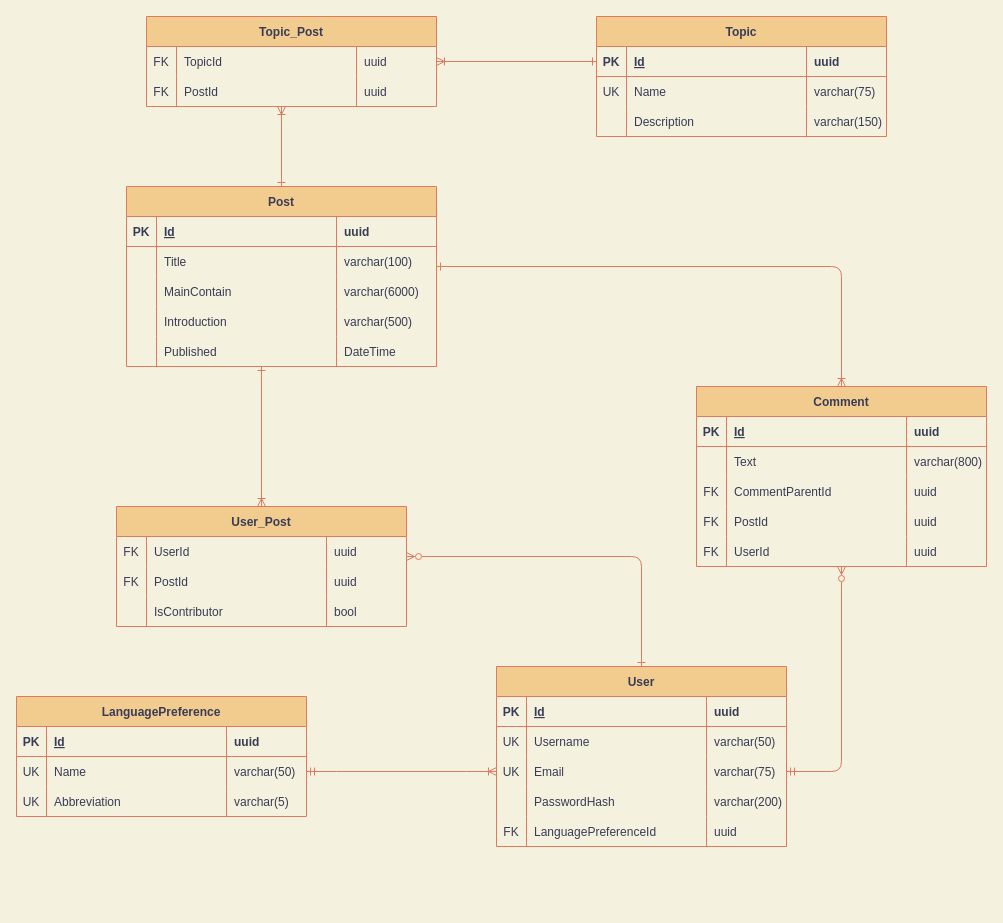
Earlier version of the draw.io diagram page "Physical" (2 of 2) of ER Diagram Blog.drawio (Maxduf007/Blog). Source tidied: cells renumbered, new cells numbered last; positions are measured from the earlier drawing's top-left corner, leaving out a move shared by most shapes. Both pictures are drawn from the tidied source at 100%, with x=0, y=0 at pixel (16, 16).
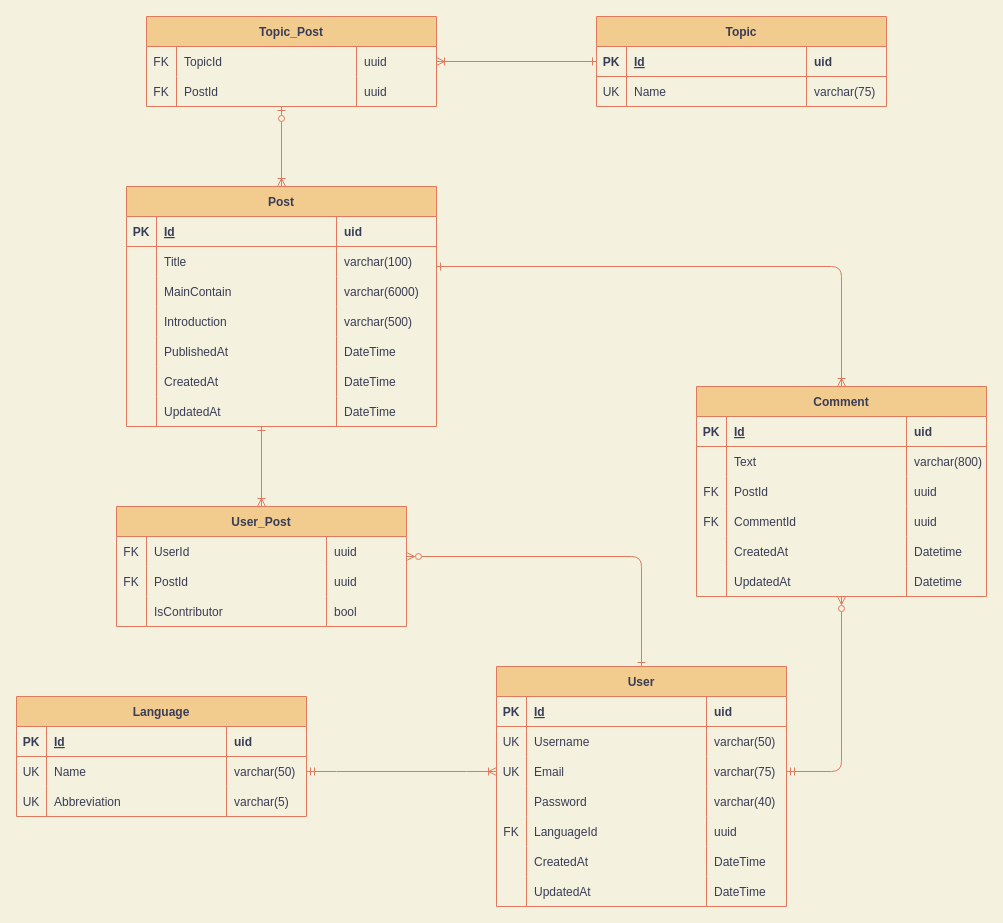
The same page after the edit.

Unchanged cells that the change refers to:
```xml
<mxCell id="4" style="shape=tableRow;horizontal=0;startSize=0;swimlaneHead=0;swimlaneBody=0;fillColor=none;top=0;left=0;right=0;bottom=1;strokeColor=#E07A5F;fontColor=#393C56;" parent="3" vertex="1">
  <mxGeometry y="30" width="290" height="30" as="geometry" />
</mxCell>
<mxCell id="16" style="shape=tableRow;horizontal=0;startSize=0;swimlaneHead=0;swimlaneBody=0;fillColor=none;top=0;left=0;right=0;bottom=0;strokeColor=#E07A5F;fontColor=#393C56;" parent="3" vertex="1">
  <mxGeometry y="120" width="290" height="30" as="geometry" />
</mxCell>
<mxCell id="20" style="shape=tableRow;horizontal=0;startSize=0;swimlaneHead=0;swimlaneBody=0;fillColor=none;top=0;left=0;right=0;bottom=0;strokeColor=#E07A5F;fontColor=#393C56;" parent="3" vertex="1">
  <mxGeometry y="150" width="290" height="30" as="geometry" />
</mxCell>
<mxCell id="25" style="shape=tableRow;horizontal=0;startSize=0;swimlaneHead=0;swimlaneBody=0;fillColor=none;top=0;left=0;right=0;bottom=1;strokeColor=#E07A5F;fontColor=#393C56;" parent="24" vertex="1">
  <mxGeometry y="30" width="290" height="30" as="geometry" />
</mxCell>
<mxCell id="40" style="shape=tableRow;horizontal=0;startSize=0;swimlaneHead=0;swimlaneBody=0;fillColor=none;top=0;left=0;right=0;bottom=1;strokeColor=#E07A5F;fontColor=#393C56;" parent="39" vertex="1">
  <mxGeometry y="30" width="310" height="30" as="geometry" />
</mxCell>
<mxCell id="56" style="shape=tableRow;horizontal=0;startSize=0;swimlaneHead=0;swimlaneBody=0;fillColor=none;top=0;left=0;right=0;bottom=0;strokeColor=#E07A5F;fontColor=#393C56;" parent="39" vertex="1">
  <mxGeometry y="150" width="310" height="30" as="geometry" />
</mxCell>
<mxCell id="61" style="shape=tableRow;horizontal=0;startSize=0;swimlaneHead=0;swimlaneBody=0;fillColor=none;top=0;left=0;right=0;bottom=1;strokeColor=#E07A5F;fontColor=#393C56;" parent="60" vertex="1">
  <mxGeometry y="30" width="290" height="30" as="geometry" />
</mxCell>
<mxCell id="88" style="shape=tableRow;horizontal=0;startSize=0;swimlaneHead=0;swimlaneBody=0;fillColor=none;top=0;left=0;right=0;bottom=1;strokeColor=#E07A5F;fontColor=#393C56;" parent="87" vertex="1">
  <mxGeometry y="30" width="290" height="30" as="geometry" />
</mxCell>
<mxCell id="104" style="shape=tableRow;horizontal=0;startSize=0;swimlaneHead=0;swimlaneBody=0;fillColor=none;top=0;left=0;right=0;bottom=0;strokeColor=#E07A5F;fontColor=#393C56;" parent="87" vertex="1">
  <mxGeometry y="150" width="290" height="30" as="geometry" />
</mxCell>
<mxCell id="110" value="Topic_Post" style="shape=table;startSize=30;childLayout=tableLayout;rowLines=0;fontStyle=1;align=center;fillColor=#F2CC8F;strokeColor=#E07A5F;fontColor=#393C56;" parent="1" vertex="1">
  <mxGeometry x="130" width="290" height="90" as="geometry" />
</mxCell>
```

Change to the diagram source:
```diff
@@
     <mxCell id="3" value="User" style="shape=table;startSize=30;childLayout=tableLayout;rowLines=0;fontStyle=1;align=center;fillColor=#F2CC8F;strokeColor=#E07A5F;fontColor=#393C56;" parent="1" vertex="1">
-      <mxGeometry x="480" y="650" width="290" height="180" as="geometry" />
+      <mxGeometry x="480" y="650" width="290" height="240" as="geometry" />
     </mxCell>
@@
-    <mxCell id="7" value="uuid" style="shape=partialRectangle;fillColor=none;top=0;left=0;bottom=0;right=0;align=left;spacingLeft=6;fontStyle=1;overflow=hidden;strokeColor=#E07A5F;fontColor=#393C56;" parent="4" vertex="1">
+    <mxCell id="7" value="uid" style="shape=partialRectangle;fillColor=none;top=0;left=0;bottom=0;right=0;align=left;spacingLeft=6;fontStyle=1;overflow=hidden;strokeColor=#E07A5F;fontColor=#393C56;" parent="4" vertex="1">
       <mxGeometry x="210" width="80" height="30" as="geometry" />
     </mxCell>
@@
-    <mxCell id="18" value="PasswordHash" style="shape=partialRectangle;fillColor=none;top=0;left=0;bottom=0;right=0;align=left;spacingLeft=6;overflow=hidden;strokeColor=#E07A5F;fontColor=#393C56;" parent="16" vertex="1">
+    <mxCell id="18" value="Password" style="shape=partialRectangle;fillColor=none;top=0;left=0;bottom=0;right=0;align=left;spacingLeft=6;overflow=hidden;strokeColor=#E07A5F;fontColor=#393C56;" parent="16" vertex="1">
       <mxGeometry x="30" width="180" height="30" as="geometry" />
     </mxCell>
-    <mxCell id="19" value="varchar(200)" style="shape=partialRectangle;fillColor=none;top=0;left=0;bottom=0;right=0;align=left;spacingLeft=6;overflow=hidden;strokeColor=#E07A5F;fontColor=#393C56;" parent="16" vertex="1">
+    <mxCell id="19" value="varchar(40)" style="shape=partialRectangle;fillColor=none;top=0;left=0;bottom=0;right=0;align=left;spacingLeft=6;overflow=hidden;strokeColor=#E07A5F;fontColor=#393C56;" parent="16" vertex="1">
       <mxGeometry x="210" width="80" height="30" as="geometry" />
     </mxCell>
@@
-    <mxCell id="22" value="LanguagePreferenceId" style="shape=partialRectangle;fillColor=none;top=0;left=0;bottom=0;right=0;align=left;spacingLeft=6;overflow=hidden;strokeColor=#E07A5F;fontColor=#393C56;" parent="20" vertex="1">
+    <mxCell id="22" value="LanguageId" style="shape=partialRectangle;fillColor=none;top=0;left=0;bottom=0;right=0;align=left;spacingLeft=6;overflow=hidden;strokeColor=#E07A5F;fontColor=#393C56;" parent="20" vertex="1">
       <mxGeometry x="30" width="180" height="30" as="geometry" />
     </mxCell>
@@
+    <mxCell id="120" style="shape=tableRow;horizontal=0;startSize=0;swimlaneHead=0;swimlaneBody=0;fillColor=none;top=0;left=0;right=0;bottom=0;strokeColor=#E07A5F;fontColor=#393C56;" parent="3" vertex="1">
+      <mxGeometry y="180" width="290" height="30" as="geometry" />
+    </mxCell>
+    <mxCell id="121" style="shape=partialRectangle;fillColor=none;top=0;left=0;bottom=0;right=0;overflow=hidden;strokeColor=#E07A5F;fontColor=#393C56;" parent="120" vertex="1">
+      <mxGeometry width="30" height="30" as="geometry" />
+    </mxCell>
+    <mxCell id="122" value="CreatedAt" style="shape=partialRectangle;fillColor=none;top=0;left=0;bottom=0;right=0;align=left;spacingLeft=6;overflow=hidden;strokeColor=#E07A5F;fontColor=#393C56;" parent="120" vertex="1">
+      <mxGeometry x="30" width="180" height="30" as="geometry" />
+    </mxCell>
+    <mxCell id="123" value="DateTime" style="shape=partialRectangle;fillColor=none;top=0;left=0;bottom=0;right=0;align=left;spacingLeft=6;overflow=hidden;strokeColor=#E07A5F;fontColor=#393C56;" parent="120" vertex="1">
+      <mxGeometry x="210" width="80" height="30" as="geometry" />
+    </mxCell>
+    <mxCell id="124" style="shape=tableRow;horizontal=0;startSize=0;swimlaneHead=0;swimlaneBody=0;fillColor=none;top=0;left=0;right=0;bottom=0;strokeColor=#E07A5F;fontColor=#393C56;" parent="3" vertex="1">
+      <mxGeometry y="210" width="290" height="30" as="geometry" />
+    </mxCell>
+    <mxCell id="125" style="shape=partialRectangle;fillColor=none;top=0;left=0;bottom=0;right=0;overflow=hidden;strokeColor=#E07A5F;fontColor=#393C56;" parent="124" vertex="1">
+      <mxGeometry width="30" height="30" as="geometry" />
+    </mxCell>
+    <mxCell id="126" value="UpdatedAt" style="shape=partialRectangle;fillColor=none;top=0;left=0;bottom=0;right=0;align=left;spacingLeft=6;overflow=hidden;strokeColor=#E07A5F;fontColor=#393C56;" parent="124" vertex="1">
+      <mxGeometry x="30" width="180" height="30" as="geometry" />
+    </mxCell>
+    <mxCell id="127" value="DateTime" style="shape=partialRectangle;fillColor=none;top=0;left=0;bottom=0;right=0;align=left;spacingLeft=6;overflow=hidden;strokeColor=#E07A5F;fontColor=#393C56;" parent="124" vertex="1">
+      <mxGeometry x="210" width="80" height="30" as="geometry" />
+    </mxCell>
-    <mxCell id="24" value="LanguagePreference" style="shape=table;startSize=30;childLayout=tableLayout;rowLines=0;fontStyle=1;align=center;fillColor=#F2CC8F;strokeColor=#E07A5F;fontColor=#393C56;" parent="1" vertex="1">
+    <mxCell id="24" value="Language" style="shape=table;startSize=30;childLayout=tableLayout;rowLines=0;fontStyle=1;align=center;fillColor=#F2CC8F;strokeColor=#E07A5F;fontColor=#393C56;" parent="1" vertex="1">
       <mxGeometry y="680" width="290" height="120" as="geometry" />
     </mxCell>
@@
-    <mxCell id="28" value="uuid" style="shape=partialRectangle;fillColor=none;top=0;left=0;bottom=0;right=0;align=left;spacingLeft=6;fontStyle=1;overflow=hidden;strokeColor=#E07A5F;fontColor=#393C56;" parent="25" vertex="1">
+    <mxCell id="28" value="uid" style="shape=partialRectangle;fillColor=none;top=0;left=0;bottom=0;right=0;align=left;spacingLeft=6;fontStyle=1;overflow=hidden;strokeColor=#E07A5F;fontColor=#393C56;" parent="25" vertex="1">
       <mxGeometry x="210" width="80" height="30" as="geometry" />
     </mxCell>
@@
-    <mxCell id="38" style="edgeStyle=orthogonalEdgeStyle;curved=0;rounded=1;sketch=0;jettySize=auto;html=1;startArrow=ERoneToMany;startFill=0;endArrow=ERone;endFill=0;entryX=0.5;entryY=0;entryDx=0;entryDy=0;labelBackgroundColor=#F4F1DE;strokeColor=#E07A5F;fontColor=#393C56;noEdgeStyle=1;orthogonal=1;" parent="1" edge="1" source="110" target="39">
+    <mxCell id="38" style="edgeStyle=orthogonalEdgeStyle;curved=0;rounded=1;sketch=0;jettySize=auto;html=1;startArrow=ERzeroToOne;startFill=0;endArrow=ERoneToMany;endFill=0;entryX=0.5;entryY=0;entryDx=0;entryDy=0;labelBackgroundColor=#F4F1DE;strokeColor=#E07A5F;fontColor=#393C56;noEdgeStyle=1;orthogonal=1;" parent="1" edge="1" source="110" target="39">
       <mxGeometry relative="1" as="geometry" />
     </mxCell>
     <mxCell id="39" value="Post" style="shape=table;startSize=30;childLayout=tableLayout;rowLines=0;fontStyle=1;align=center;fillColor=#F2CC8F;strokeColor=#E07A5F;fontColor=#393C56;" parent="1" vertex="1">
-      <mxGeometry x="110" y="170" width="310" height="180" as="geometry" />
+      <mxGeometry x="110" y="170" width="310" height="240" as="geometry" />
     </mxCell>
@@
-    <mxCell id="43" value="uuid" style="shape=partialRectangle;fillColor=none;top=0;left=0;bottom=0;right=0;align=left;spacingLeft=6;fontStyle=1;overflow=hidden;strokeColor=#E07A5F;fontColor=#393C56;" parent="40" vertex="1">
+    <mxCell id="43" value="uid" style="shape=partialRectangle;fillColor=none;top=0;left=0;bottom=0;right=0;align=left;spacingLeft=6;fontStyle=1;overflow=hidden;strokeColor=#E07A5F;fontColor=#393C56;" parent="40" vertex="1">
       <mxGeometry x="210" width="100" height="30" as="geometry" />
     </mxCell>
@@
-    <mxCell id="58" value="Published    " style="shape=partialRectangle;fillColor=none;top=0;left=0;bottom=0;right=0;align=left;spacingLeft=6;overflow=hidden;strokeColor=#E07A5F;fontColor=#393C56;" parent="56" vertex="1">
+    <mxCell id="58" value="PublishedAt   " style="shape=partialRectangle;fillColor=none;top=0;left=0;bottom=0;right=0;align=left;spacingLeft=6;overflow=hidden;strokeColor=#E07A5F;fontColor=#393C56;" parent="56" vertex="1">
       <mxGeometry x="30" width="180" height="30" as="geometry" />
     </mxCell>
@@
+    <mxCell id="128" style="shape=tableRow;horizontal=0;startSize=0;swimlaneHead=0;swimlaneBody=0;fillColor=none;top=0;left=0;right=0;bottom=0;strokeColor=#E07A5F;fontColor=#393C56;" parent="39" vertex="1">
+      <mxGeometry y="180" width="310" height="30" as="geometry" />
+    </mxCell>
+    <mxCell id="129" style="shape=partialRectangle;fillColor=none;top=0;left=0;bottom=0;right=0;overflow=hidden;strokeColor=#E07A5F;fontColor=#393C56;" parent="128" vertex="1">
+      <mxGeometry width="30" height="30" as="geometry" />
+    </mxCell>
+    <mxCell id="130" value="CreatedAt" style="shape=partialRectangle;fillColor=none;top=0;left=0;bottom=0;right=0;align=left;spacingLeft=6;overflow=hidden;strokeColor=#E07A5F;fontColor=#393C56;" parent="128" vertex="1">
+      <mxGeometry x="30" width="180" height="30" as="geometry" />
+    </mxCell>
+    <mxCell id="131" value="DateTime" style="shape=partialRectangle;fillColor=none;top=0;left=0;bottom=0;right=0;align=left;spacingLeft=6;overflow=hidden;strokeColor=#E07A5F;fontColor=#393C56;" parent="128" vertex="1">
+      <mxGeometry x="210" width="100" height="30" as="geometry" />
+    </mxCell>
+    <mxCell id="132" style="shape=tableRow;horizontal=0;startSize=0;swimlaneHead=0;swimlaneBody=0;fillColor=none;top=0;left=0;right=0;bottom=0;strokeColor=#E07A5F;fontColor=#393C56;" parent="39" vertex="1">
+      <mxGeometry y="210" width="310" height="30" as="geometry" />
+    </mxCell>
+    <mxCell id="133" style="shape=partialRectangle;fillColor=none;top=0;left=0;bottom=0;right=0;overflow=hidden;strokeColor=#E07A5F;fontColor=#393C56;" parent="132" vertex="1">
+      <mxGeometry width="30" height="30" as="geometry" />
+    </mxCell>
+    <mxCell id="134" value="UpdatedAt" style="shape=partialRectangle;fillColor=none;top=0;left=0;bottom=0;right=0;align=left;spacingLeft=6;overflow=hidden;strokeColor=#E07A5F;fontColor=#393C56;" parent="132" vertex="1">
+      <mxGeometry x="30" width="180" height="30" as="geometry" />
+    </mxCell>
+    <mxCell id="135" value="DateTime" style="shape=partialRectangle;fillColor=none;top=0;left=0;bottom=0;right=0;align=left;spacingLeft=6;overflow=hidden;strokeColor=#E07A5F;fontColor=#393C56;" parent="132" vertex="1">
+      <mxGeometry x="210" width="100" height="30" as="geometry" />
+    </mxCell>
     <mxCell id="60" value="Topic" style="shape=table;startSize=30;childLayout=tableLayout;rowLines=0;fontStyle=1;align=center;fillColor=#F2CC8F;strokeColor=#E07A5F;fontColor=#393C56;" parent="1" vertex="1">
-      <mxGeometry x="580" width="290" height="120" as="geometry" />
+      <mxGeometry x="580" width="290" height="90" as="geometry" />
     </mxCell>
@@
-    <mxCell id="64" value="uuid" style="shape=partialRectangle;fillColor=none;top=0;left=0;bottom=0;right=0;align=left;spacingLeft=6;fontStyle=1;overflow=hidden;strokeColor=#E07A5F;fontColor=#393C56;" parent="61" vertex="1">
+    <mxCell id="64" value="uid" style="shape=partialRectangle;fillColor=none;top=0;left=0;bottom=0;right=0;align=left;spacingLeft=6;fontStyle=1;overflow=hidden;strokeColor=#E07A5F;fontColor=#393C56;" parent="61" vertex="1">
       <mxGeometry x="210" width="80" height="30" as="geometry" />
     </mxCell>
@@
-    <mxCell id="69" style="shape=tableRow;horizontal=0;startSize=0;swimlaneHead=0;swimlaneBody=0;fillColor=none;top=0;left=0;right=0;bottom=0;strokeColor=#E07A5F;fontColor=#393C56;" parent="60" vertex="1">
-      <mxGeometry y="90" width="290" height="30" as="geometry" />
-    </mxCell>
-    <mxCell id="70" style="shape=partialRectangle;fillColor=none;top=0;left=0;bottom=0;right=0;overflow=hidden;strokeColor=#E07A5F;fontColor=#393C56;" parent="69" vertex="1">
-      <mxGeometry width="30" height="30" as="geometry" />
-    </mxCell>
-    <mxCell id="71" value="Description" style="shape=partialRectangle;fillColor=none;top=0;left=0;bottom=0;right=0;align=left;spacingLeft=6;overflow=hidden;strokeColor=#E07A5F;fontColor=#393C56;" parent="69" vertex="1">
-      <mxGeometry x="30" width="180" height="30" as="geometry" />
-    </mxCell>
-    <mxCell id="72" value="varchar(150)" style="shape=partialRectangle;fillColor=none;top=0;left=0;bottom=0;right=0;align=left;spacingLeft=6;overflow=hidden;strokeColor=#E07A5F;fontColor=#393C56;" parent="69" vertex="1">
-      <mxGeometry x="210" width="80" height="30" as="geometry" />
-    </mxCell>
@@
     <mxCell id="87" value="Comment" style="shape=table;startSize=30;childLayout=tableLayout;rowLines=0;fontStyle=1;align=center;fillColor=#F2CC8F;strokeColor=#E07A5F;fontColor=#393C56;" parent="1" vertex="1">
-      <mxGeometry x="680" y="370" width="290" height="180" as="geometry" />
+      <mxGeometry x="680" y="370" width="290" height="210" as="geometry" />
     </mxCell>
@@
-    <mxCell id="91" value="uuid" style="shape=partialRectangle;fillColor=none;top=0;left=0;bottom=0;right=0;align=left;spacingLeft=6;fontStyle=1;overflow=hidden;strokeColor=#E07A5F;fontColor=#393C56;" parent="88" vertex="1">
+    <mxCell id="91" value="uid" style="shape=partialRectangle;fillColor=none;top=0;left=0;bottom=0;right=0;align=left;spacingLeft=6;fontStyle=1;overflow=hidden;strokeColor=#E07A5F;fontColor=#393C56;" parent="88" vertex="1">
       <mxGeometry x="210" width="80" height="30" as="geometry" />
     </mxCell>
@@
-    <mxCell id="96" style="shape=tableRow;horizontal=0;startSize=0;swimlaneHead=0;swimlaneBody=0;fillColor=none;top=0;left=0;right=0;bottom=0;strokeColor=#E07A5F;fontColor=#393C56;" parent="87" vertex="1">
-      <mxGeometry y="90" width="290" height="30" as="geometry" />
-    </mxCell>
-    <mxCell id="97" value="FK" style="shape=partialRectangle;fillColor=none;top=0;left=0;bottom=0;right=0;overflow=hidden;strokeColor=#E07A5F;fontColor=#393C56;" parent="96" vertex="1">
-      <mxGeometry width="30" height="30" as="geometry" />
-    </mxCell>
-    <mxCell id="98" value="CommentParentId" style="shape=partialRectangle;fillColor=none;top=0;left=0;bottom=0;right=0;align=left;spacingLeft=6;overflow=hidden;strokeColor=#E07A5F;fontColor=#393C56;" parent="96" vertex="1">
-      <mxGeometry x="30" width="180" height="30" as="geometry" />
-    </mxCell>
-    <mxCell id="99" value="uuid" style="shape=partialRectangle;fillColor=none;top=0;left=0;bottom=0;right=0;align=left;spacingLeft=6;overflow=hidden;strokeColor=#E07A5F;fontColor=#393C56;" parent="96" vertex="1">
-      <mxGeometry x="210" width="80" height="30" as="geometry" />
-    </mxCell>
     <mxCell id="100" style="shape=tableRow;horizontal=0;startSize=0;swimlaneHead=0;swimlaneBody=0;fillColor=none;top=0;left=0;right=0;bottom=0;strokeColor=#E07A5F;fontColor=#393C56;" parent="87" vertex="1">
-      <mxGeometry y="120" width="290" height="30" as="geometry" />
+      <mxGeometry y="90" width="290" height="30" as="geometry" />
     </mxCell>
@@
+    <mxCell id="136" style="shape=tableRow;horizontal=0;startSize=0;swimlaneHead=0;swimlaneBody=0;fillColor=none;top=0;left=0;right=0;bottom=0;strokeColor=#E07A5F;fontColor=#393C56;" parent="87" vertex="1">
+      <mxGeometry y="120" width="290" height="30" as="geometry" />
+    </mxCell>
+    <mxCell id="137" value="FK" style="shape=partialRectangle;fillColor=none;top=0;left=0;bottom=0;right=0;overflow=hidden;strokeColor=#E07A5F;fontColor=#393C56;" parent="136" vertex="1">
+      <mxGeometry width="30" height="30" as="geometry" />
+    </mxCell>
+    <mxCell id="138" value="CommentId" style="shape=partialRectangle;fillColor=none;top=0;left=0;bottom=0;right=0;align=left;spacingLeft=6;overflow=hidden;strokeColor=#E07A5F;fontColor=#393C56;" parent="136" vertex="1">
+      <mxGeometry x="30" width="180" height="30" as="geometry" />
+    </mxCell>
+    <mxCell id="139" value="uuid" style="shape=partialRectangle;fillColor=none;top=0;left=0;bottom=0;right=0;align=left;spacingLeft=6;overflow=hidden;strokeColor=#E07A5F;fontColor=#393C56;" parent="136" vertex="1">
+      <mxGeometry x="210" width="80" height="30" as="geometry" />
+    </mxCell>
@@
-    <mxCell id="105" value="FK" style="shape=partialRectangle;fillColor=none;top=0;left=0;bottom=0;right=0;overflow=hidden;strokeColor=#E07A5F;fontColor=#393C56;" parent="104" vertex="1">
-      <mxGeometry width="30" height="30" as="geometry" />
-    </mxCell>
-    <mxCell id="106" value="UserId " style="shape=partialRectangle;fillColor=none;top=0;left=0;bottom=0;right=0;align=left;spacingLeft=6;overflow=hidden;strokeColor=#E07A5F;fontColor=#393C56;" parent="104" vertex="1">
-      <mxGeometry x="30" width="180" height="30" as="geometry" />
-    </mxCell>
-    <mxCell id="107" value="uuid" style="shape=partialRectangle;fillColor=none;top=0;left=0;bottom=0;right=0;align=left;spacingLeft=6;overflow=hidden;strokeColor=#E07A5F;fontColor=#393C56;" parent="104" vertex="1">
-      <mxGeometry x="210" width="80" height="30" as="geometry" />
-    </mxCell>
+    <mxCell id="140" style="shape=partialRectangle;fillColor=none;top=0;left=0;bottom=0;right=0;overflow=hidden;strokeColor=#E07A5F;fontColor=#393C56;" parent="104" vertex="1">
+      <mxGeometry width="30" height="30" as="geometry" />
+    </mxCell>
+    <mxCell id="141" value="CreatedAt" style="shape=partialRectangle;fillColor=none;top=0;left=0;bottom=0;right=0;align=left;spacingLeft=6;overflow=hidden;strokeColor=#E07A5F;fontColor=#393C56;" parent="104" vertex="1">
+      <mxGeometry x="30" width="180" height="30" as="geometry" />
+    </mxCell>
+    <mxCell id="142" value="Datetime" style="shape=partialRectangle;fillColor=none;top=0;left=0;bottom=0;right=0;align=left;spacingLeft=6;overflow=hidden;strokeColor=#E07A5F;fontColor=#393C56;" parent="104" vertex="1">
+      <mxGeometry x="210" width="80" height="30" as="geometry" />
+    </mxCell>
+    <mxCell id="143" style="shape=tableRow;horizontal=0;startSize=0;swimlaneHead=0;swimlaneBody=0;fillColor=none;top=0;left=0;right=0;bottom=0;strokeColor=#E07A5F;fontColor=#393C56;" parent="87" vertex="1">
+      <mxGeometry y="180" width="290" height="30" as="geometry" />
+    </mxCell>
+    <mxCell id="144" style="shape=partialRectangle;fillColor=none;top=0;left=0;bottom=0;right=0;overflow=hidden;strokeColor=#E07A5F;fontColor=#393C56;" parent="143" vertex="1">
+      <mxGeometry width="30" height="30" as="geometry" />
+    </mxCell>
+    <mxCell id="145" value="UpdatedAt" style="shape=partialRectangle;fillColor=none;top=0;left=0;bottom=0;right=0;align=left;spacingLeft=6;overflow=hidden;strokeColor=#E07A5F;fontColor=#393C56;" parent="143" vertex="1">
+      <mxGeometry x="30" width="180" height="30" as="geometry" />
+    </mxCell>
+    <mxCell id="146" value="Datetime" style="shape=partialRectangle;fillColor=none;top=0;left=0;bottom=0;right=0;align=left;spacingLeft=6;overflow=hidden;strokeColor=#E07A5F;fontColor=#393C56;" parent="143" vertex="1">
+      <mxGeometry x="210" width="80" height="30" as="geometry" />
+    </mxCell>
```
